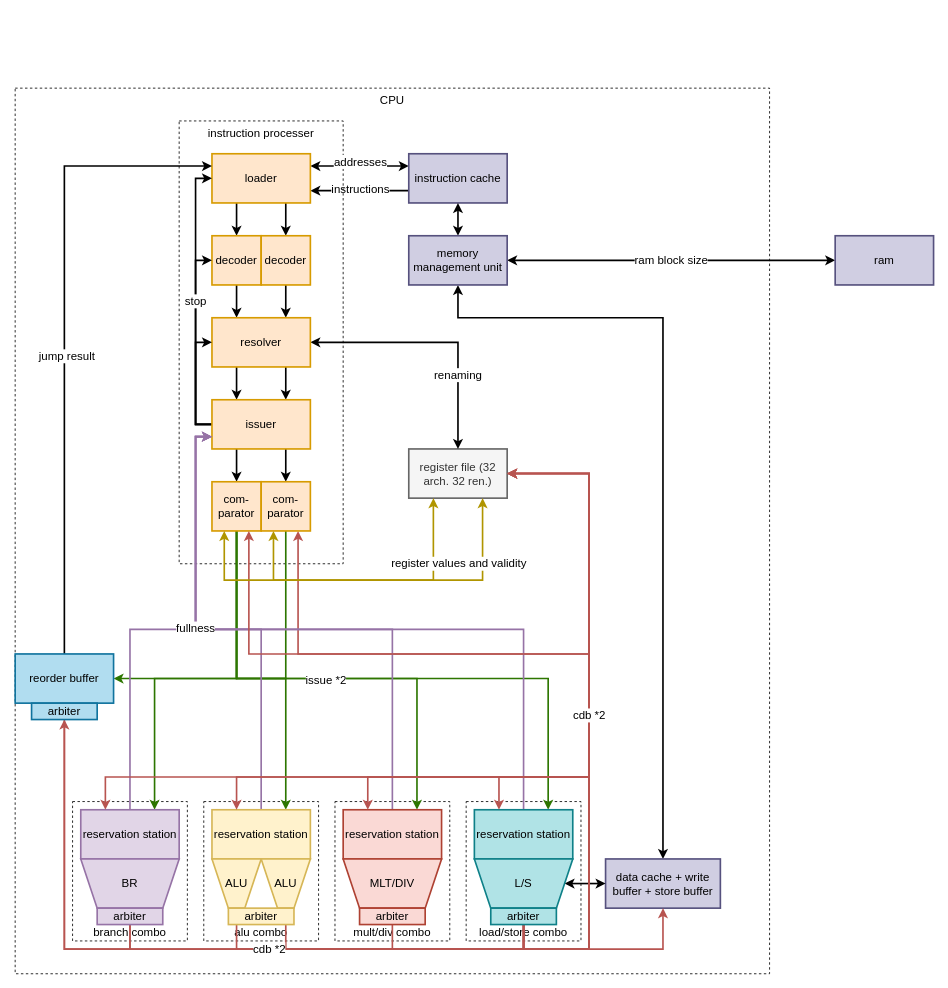
The draw.io diagram docs/diagrams/vtm-mk.II.drawio in veznitom/VTM, before the edit. Source tidied: cells renumbered, new cells numbered last; positions are measured from the earlier drawing's top-left corner, leaving out a move shared by most shapes. Both pictures are drawn from the tidied source at 82%, with x=0, y=0 at pixel (15, 88).
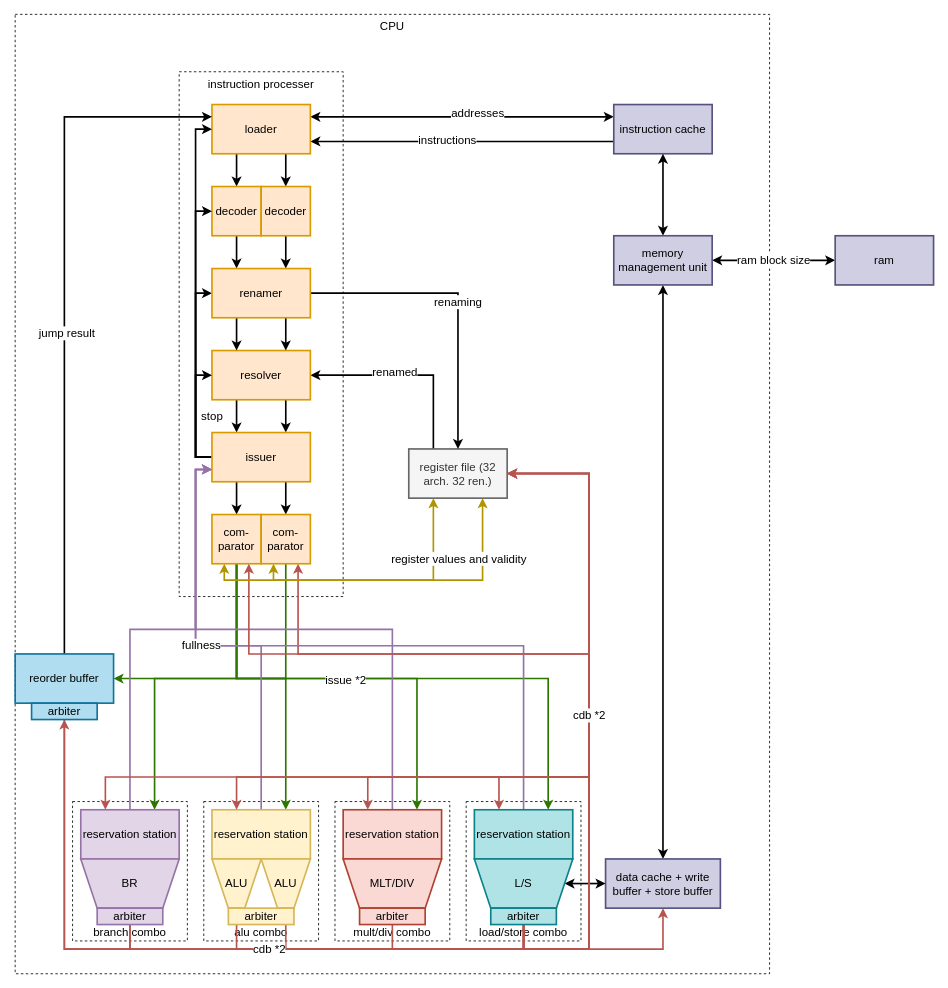
The same diagram, later.

Unchanged cells that the change refers to:
```xml
<mxCell id="17" value="register file (32 arch. 32 ren.)" style="rounded=0;whiteSpace=wrap;html=1;fontSize=14;strokeWidth=2;fillColor=#f5f5f5;fontColor=#333333;strokeColor=#666666;" parent="1" vertex="1">
  <mxGeometry x="480" y="440" width="120" height="60" as="geometry" />
</mxCell>
<mxCell id="42" value="data cache + write buffer + store buffer" style="whiteSpace=wrap;html=1;fontSize=14;strokeWidth=2;fillColor=#d0cee2;strokeColor=#56517e;rounded=0;" parent="1" vertex="1">
  <mxGeometry x="720" y="940" width="140" height="60" as="geometry" />
</mxCell>
<mxCell id="45" value="reservation station" style="rounded=0;whiteSpace=wrap;html=1;fontSize=14;strokeWidth=2;fillColor=#e1d5e7;strokeColor=#9673a6;" parent="1" vertex="1">
  <mxGeometry x="80" y="880" width="120" height="60" as="geometry" />
</mxCell>
<mxCell id="49" value="reservation station" style="rounded=0;whiteSpace=wrap;html=1;fontSize=14;strokeWidth=2;fillColor=#fad9d5;strokeColor=#ae4132;" parent="1" vertex="1">
  <mxGeometry x="400" y="880" width="120" height="60" as="geometry" />
</mxCell>
```

The edit, as a diff of the source:
```diff
@@
     <mxCell id="2" value="CPU" style="rounded=0;whiteSpace=wrap;html=1;fillColor=none;dashed=1;verticalAlign=top;align=center;horizontal=1;fontSize=14;fontStyle=0;" parent="1" vertex="1">
-      <mxGeometry width="920" height="1080" as="geometry" />
+      <mxGeometry y="-90" width="920" height="1170" as="geometry" />
     </mxCell>
@@
     <mxCell id="9" value="instruction processer" style="rounded=0;whiteSpace=wrap;html=1;fillColor=none;dashed=1;verticalAlign=top;align=center;horizontal=1;fontSize=14;fontStyle=0;" parent="1" vertex="1">
-      <mxGeometry x="200" y="40" width="200" height="540" as="geometry" />
+      <mxGeometry x="200" y="-20" width="200" height="640" as="geometry" />
     </mxCell>
@@
     <mxCell id="12" value="instruction cache" style="rounded=0;whiteSpace=wrap;html=1;fontSize=14;strokeWidth=2;fillColor=#d0cee2;strokeColor=#56517e;" parent="1" vertex="1">
-      <mxGeometry x="480" y="80" width="120" height="60" as="geometry" />
+      <mxGeometry x="730" y="20" width="120" height="60" as="geometry" />
     </mxCell>
@@
     <mxCell id="15" value="loader" style="rounded=0;whiteSpace=wrap;html=1;fontSize=14;strokeWidth=2;fillColor=#ffe6cc;strokeColor=#d79b00;" parent="1" vertex="1">
-      <mxGeometry x="240" y="80" width="120" height="60" as="geometry" />
+      <mxGeometry x="240" y="20" width="120" height="60" as="geometry" />
     </mxCell>
@@
+    <mxCell id="83" style="edgeStyle=orthogonalEdgeStyle;rounded=0;jettySize=auto;html=1;exitX=0.25;exitY=0;exitDx=0;exitDy=0;entryX=1;entryY=0.5;entryDx=0;entryDy=0;strokeWidth=2;" parent="1" edge="1" source="17" target="24">
+      <mxGeometry relative="1" as="geometry" />
+    </mxCell>
+    <mxCell id="84" value="&lt;font style=&quot;font-size: 14px;&quot;&gt;renamed&lt;/font&gt;" style="edgeLabel;html=1;align=center;verticalAlign=middle;" parent="83" vertex="1">
+      <mxGeometry x="0.15" y="-4" relative="1" as="geometry" />
+    </mxCell>
@@
-    <mxCell id="18" style="edgeStyle=orthogonalEdgeStyle;rounded=0;jettySize=auto;html=1;exitX=0.5;exitY=1;exitDx=0;exitDy=0;entryX=0.25;entryY=0;entryDx=0;entryDy=0;fontSize=14;strokeWidth=2;" parent="1" edge="1" source="20" target="24">
+    <mxCell id="18" style="edgeStyle=orthogonalEdgeStyle;rounded=0;jettySize=auto;html=1;exitX=0.5;exitY=1;exitDx=0;exitDy=0;entryX=0.25;entryY=0;entryDx=0;entryDy=0;fontSize=14;strokeWidth=2;" parent="1" edge="1" source="20" target="88">
       <mxGeometry relative="1" as="geometry" />
     </mxCell>
-    <mxCell id="19" style="edgeStyle=orthogonalEdgeStyle;rounded=0;jettySize=auto;html=1;exitX=0.5;exitY=1;exitDx=0;exitDy=0;entryX=0.75;entryY=0;entryDx=0;entryDy=0;fontSize=14;strokeWidth=2;" parent="1" edge="1" source="74" target="24">
+    <mxCell id="19" style="edgeStyle=orthogonalEdgeStyle;rounded=0;jettySize=auto;html=1;exitX=0.5;exitY=1;exitDx=0;exitDy=0;entryX=0.75;entryY=0;entryDx=0;entryDy=0;fontSize=14;strokeWidth=2;" parent="1" edge="1" source="74" target="88">
       <mxGeometry relative="1" as="geometry" />
     </mxCell>
     <mxCell id="20" value="decoder" style="rounded=0;whiteSpace=wrap;html=1;fontSize=14;strokeWidth=2;fillColor=#ffe6cc;strokeColor=#d79b00;" parent="1" vertex="1">
-      <mxGeometry x="240" y="180" width="60" height="60" as="geometry" />
+      <mxGeometry x="240" y="120" width="60" height="60" as="geometry" />
     </mxCell>
@@
-    <mxCell id="23" value="renaming" style="edgeStyle=orthogonalEdgeStyle;rounded=0;jettySize=auto;html=1;exitX=1;exitY=0.5;exitDx=0;exitDy=0;entryX=0.5;entryY=0;entryDx=0;entryDy=0;startArrow=classic;startFill=1;fontSize=14;strokeWidth=2;" parent="1" edge="1" source="24" target="17">
-      <mxGeometry x="0.42" relative="1" as="geometry">
+    <mxCell id="23" value="renaming" style="edgeStyle=orthogonalEdgeStyle;rounded=0;jettySize=auto;html=1;exitX=1;exitY=0.5;exitDx=0;exitDy=0;entryX=0.5;entryY=0;entryDx=0;entryDy=0;startArrow=none;startFill=0;fontSize=14;strokeWidth=2;" parent="1" edge="1" source="88" target="17">
+      <mxGeometry x="0.03" relative="1" as="geometry">
         <Array as="points">
-          <mxPoint x="540" y="310" />
+          <mxPoint x="540" y="250" />
         </Array>
       </mxGeometry>
     </mxCell>
     <mxCell id="24" value="resolver" style="rounded=0;whiteSpace=wrap;html=1;fontSize=14;strokeWidth=2;fillColor=#ffe6cc;strokeColor=#d79b00;" parent="1" vertex="1">
-      <mxGeometry x="240" y="280" width="120" height="60" as="geometry" />
+      <mxGeometry x="240" y="320" width="120" height="60" as="geometry" />
     </mxCell>
@@
     <mxCell id="27" value="stop" style="edgeStyle=orthogonalEdgeStyle;rounded=0;jettySize=auto;html=1;exitX=0;exitY=0.5;exitDx=0;exitDy=0;entryX=0;entryY=0.5;entryDx=0;entryDy=0;fontSize=14;strokeWidth=2;" parent="1" edge="1" source="31" target="15">
-      <mxGeometry relative="1" as="geometry" />
+      <mxGeometry x="-0.68" y="-20" relative="1" as="geometry" />
     </mxCell>
@@
+    <mxCell id="85" style="edgeStyle=orthogonalEdgeStyle;rounded=0;jettySize=auto;html=1;exitX=0;exitY=0.5;exitDx=0;exitDy=0;entryX=0;entryY=0.5;entryDx=0;entryDy=0;strokeWidth=2;" parent="1" edge="1" source="31" target="88">
+      <mxGeometry relative="1" as="geometry">
+        <Array as="points">
+          <mxPoint x="220" y="450" />
+          <mxPoint x="220" y="250" />
+        </Array>
+      </mxGeometry>
+    </mxCell>
     <mxCell id="31" value="issuer" style="rounded=0;whiteSpace=wrap;html=1;fontSize=14;strokeWidth=2;fillColor=#ffe6cc;strokeColor=#d79b00;" parent="1" vertex="1">
-      <mxGeometry x="240" y="380" width="120" height="60" as="geometry" />
+      <mxGeometry x="240" y="420" width="120" height="60" as="geometry" />
     </mxCell>
@@
     <mxCell id="37" value="&lt;div style=&quot;font-size: 14px;&quot;&gt;com-&lt;/div&gt;&lt;div style=&quot;font-size: 14px;&quot;&gt;parator&lt;/div&gt;" style="rounded=0;whiteSpace=wrap;html=1;fontSize=14;strokeWidth=2;fillColor=#ffe6cc;strokeColor=#d79b00;" parent="1" vertex="1">
-      <mxGeometry x="240" y="480" width="60" height="60" as="geometry" />
+      <mxGeometry x="240" y="520" width="60" height="60" as="geometry" />
     </mxCell>
@@
     <mxCell id="39" style="edgeStyle=orthogonalEdgeStyle;rounded=0;jettySize=auto;html=1;exitX=0.5;exitY=1;exitDx=0;exitDy=0;entryX=0.5;entryY=0;entryDx=0;entryDy=0;fontSize=14;strokeWidth=2;startArrow=classic;startFill=1;" parent="1" edge="1" source="41" target="42">
       <mxGeometry relative="1" as="geometry">
         <Array as="points">
-          <mxPoint x="540" y="280" />
-          <mxPoint x="790" y="280" />
+          <mxPoint x="790" y="270" />
+          <mxPoint x="790" y="270" />
         </Array>
       </mxGeometry>
     </mxCell>
@@
     <mxCell id="41" value="memory management unit" style="rounded=0;whiteSpace=wrap;html=1;fontSize=14;strokeWidth=2;fillColor=#d0cee2;strokeColor=#56517e;" parent="1" vertex="1">
-      <mxGeometry x="480" y="180" width="120" height="60" as="geometry" />
+      <mxGeometry x="730" y="180" width="120" height="60" as="geometry" />
     </mxCell>
@@
     <mxCell id="44" style="edgeStyle=orthogonalEdgeStyle;rounded=0;jettySize=auto;html=1;exitX=0.5;exitY=0;exitDx=0;exitDy=0;entryX=0;entryY=0.75;entryDx=0;entryDy=0;fillColor=#e1d5e7;strokeColor=#9673a6;strokeWidth=2;" parent="1" edge="1" source="45" target="31">
       <mxGeometry relative="1" as="geometry">
         <Array as="points">
           <mxPoint x="140" y="660" />
           <mxPoint x="220" y="660" />
-          <mxPoint x="220" y="425" />
+          <mxPoint x="220" y="465" />
         </Array>
       </mxGeometry>
     </mxCell>
@@
     <mxCell id="48" style="edgeStyle=orthogonalEdgeStyle;rounded=0;jettySize=auto;html=1;exitX=0.5;exitY=0;exitDx=0;exitDy=0;entryX=0;entryY=0.75;entryDx=0;entryDy=0;fillColor=#e1d5e7;strokeColor=#9673a6;strokeWidth=2;" parent="1" edge="1" source="49" target="31">
       <mxGeometry relative="1" as="geometry">
         <Array as="points">
           <mxPoint x="460" y="660" />
           <mxPoint x="220" y="660" />
-          <mxPoint x="220" y="425" />
+          <mxPoint x="220" y="465" />
         </Array>
       </mxGeometry>
     </mxCell>
@@
     <mxCell id="74" value="decoder" style="rounded=0;whiteSpace=wrap;html=1;fontSize=14;strokeWidth=2;fillColor=#ffe6cc;strokeColor=#d79b00;" parent="1" vertex="1">
-      <mxGeometry x="300" y="180" width="60" height="60" as="geometry" />
+      <mxGeometry x="300" y="120" width="60" height="60" as="geometry" />
     </mxCell>
     <mxCell id="75" value="&lt;div style=&quot;font-size: 14px;&quot;&gt;com-&lt;/div&gt;&lt;div style=&quot;font-size: 14px;&quot;&gt;parator&lt;/div&gt;" style="rounded=0;whiteSpace=wrap;html=1;fontSize=14;strokeWidth=2;fillColor=#ffe6cc;strokeColor=#d79b00;" parent="1" vertex="1">
-      <mxGeometry x="300" y="480" width="60" height="60" as="geometry" />
+      <mxGeometry x="300" y="520" width="60" height="60" as="geometry" />
     </mxCell>
@@
+    <mxCell id="86" style="edgeStyle=orthogonalEdgeStyle;rounded=0;jettySize=auto;html=1;exitX=0.25;exitY=1;exitDx=0;exitDy=0;entryX=0.25;entryY=0;entryDx=0;entryDy=0;strokeWidth=2;" parent="1" edge="1" source="88" target="24">
+      <mxGeometry relative="1" as="geometry" />
+    </mxCell>
+    <mxCell id="87" style="edgeStyle=orthogonalEdgeStyle;rounded=0;jettySize=auto;html=1;exitX=0.75;exitY=1;exitDx=0;exitDy=0;entryX=0.75;entryY=0;entryDx=0;entryDy=0;strokeWidth=2;" parent="1" edge="1" source="88" target="24">
+      <mxGeometry relative="1" as="geometry">
+        <Array as="points">
+          <mxPoint x="330" y="310" />
+          <mxPoint x="330" y="310" />
+        </Array>
+      </mxGeometry>
+    </mxCell>
+    <mxCell id="88" value="renamer" style="rounded=0;whiteSpace=wrap;html=1;fontSize=14;strokeWidth=2;fillColor=#ffe6cc;strokeColor=#d79b00;" parent="1" vertex="1">
+      <mxGeometry x="240" y="220" width="120" height="60" as="geometry" />
+    </mxCell>
```
